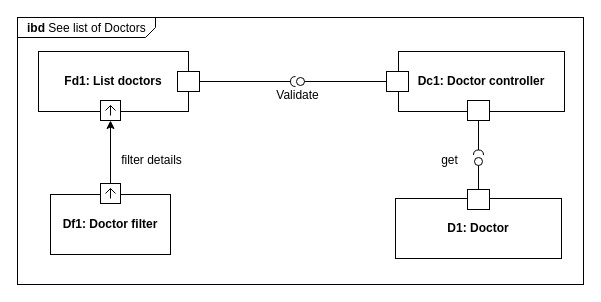
Before: Diagrams/Development/IBD 7 - See Doctors.drawio in RafaelCMira/myclinic-msp-project, a draw.io diagram. Source tidied: cells renumbered, new cells numbered last; positions are measured from the earlier drawing's top-left corner, leaving out a move shared by most shapes. Both pictures are drawn from the tidied source at 100%, with x=0, y=0 at pixel (17, 17).
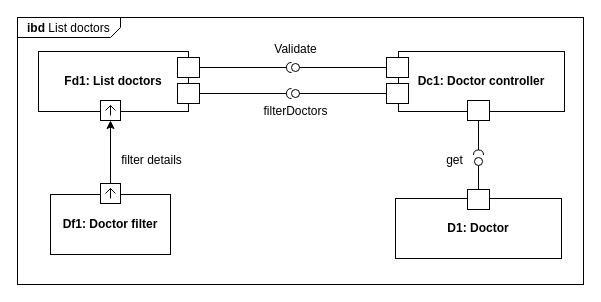
The same page after the edit.

Diff of the diagram source:
```diff
@@
-    <mxCell id="2" value="&lt;p style=&quot;margin:0px;margin-top:4px;margin-left:10px;text-align:left;&quot;&gt;&lt;b&gt;ibd&lt;/b&gt;&amp;nbsp;See list of Doctors&lt;/p&gt;" style="html=1;shape=mxgraph.sysml.package;labelX=138;align=left;spacingLeft=10;html=1;overflow=fill;whiteSpace=wrap;" parent="1" vertex="1">
+    <mxCell id="2" value="&lt;p style=&quot;margin:0px;margin-top:4px;margin-left:10px;text-align:left;&quot;&gt;&lt;b&gt;ibd&lt;/b&gt;&amp;nbsp;List doctors&lt;/p&gt;" style="html=1;shape=mxgraph.sysml.package;labelX=103.63;align=left;spacingLeft=10;html=1;overflow=fill;whiteSpace=wrap;" parent="1" vertex="1">
       <mxGeometry width="566" height="267" as="geometry" />
     </mxCell>
@@
     <mxCell id="9" style="ellipse;html=1;fontSize=11;align=center;fillColor=none;points=[];verticalAlign=bottom;labelPosition=center;verticalLabelPosition=top;flipH=1;" parent="1" vertex="1">
-      <mxGeometry x="279" y="60" width="8" height="8" as="geometry" />
+      <mxGeometry x="274" y="46" width="8" height="8" as="geometry" />
     </mxCell>
@@
     <mxCell id="11" style="shape=requiredInterface;html=1;fontSize=11;align=center;fillColor=none;points=[];verticalAlign=bottom;labelPosition=center;verticalLabelPosition=top;flipH=1;rotation=0;" parent="1" vertex="1">
-      <mxGeometry x="273" y="59" width="5" height="10" as="geometry" />
+      <mxGeometry x="269" y="45" width="5" height="10" as="geometry" />
     </mxCell>
     <mxCell id="12" value="Validate" style="text;html=1;align=center;verticalAlign=middle;strokeColor=none;fillColor=none;" parent="1" vertex="1">
-      <mxGeometry x="250" y="65" width="60" height="26" as="geometry" />
+      <mxGeometry x="248" y="19" width="60" height="26" as="geometry" />
     </mxCell>
@@
     <mxCell id="17" value="get" style="text;html=1;align=center;verticalAlign=middle;strokeColor=none;fillColor=none;" parent="1" vertex="1">
-      <mxGeometry x="414.5" y="130" width="35" height="26" as="geometry" />
+      <mxGeometry x="419" y="130" width="35" height="26" as="geometry" />
     </mxCell>
-    <mxCell id="18" style="group;" parent="1" vertex="1">
-      <mxGeometry x="21" y="34" width="161" height="69" as="geometry" />
-    </mxCell>
+    <mxCell id="26" style="group;" parent="1" vertex="1">
+      <mxGeometry x="378" y="172" width="166" height="69" as="geometry" />
+    </mxCell>
+    <mxCell id="27" value="&lt;b&gt;D1: Doctor&lt;/b&gt;" style="rounded=0;whiteSpace=wrap;html=1;fillColor=none;" parent="26" vertex="1">
+      <mxGeometry y="9" width="166" height="60" as="geometry" />
+    </mxCell>
+    <mxCell id="28" style="html=1;rounded=0;fillColor=default;" parent="26" vertex="1">
+      <mxGeometry x="72" width="22" height="20" as="geometry" />
+    </mxCell>
+    <mxCell id="29" value="filterDoctors" style="text;html=1;align=center;verticalAlign=middle;strokeColor=none;fillColor=none;" parent="1" vertex="1">
+      <mxGeometry x="237" y="81" width="82" height="26" as="geometry" />
+    </mxCell>
+    <mxCell id="30" style="endArrow=none;html=1;rounded=0;align=center;verticalAlign=top;endFill=0;labelBackgroundColor=none;endSize=2;" parent="1" edge="1" source="35" target="31">
+      <mxGeometry relative="1" as="geometry" />
+    </mxCell>
+    <mxCell id="31" style="ellipse;html=1;fontSize=11;align=center;fillColor=none;points=[];verticalAlign=bottom;labelPosition=center;verticalLabelPosition=top;flipH=1;" parent="1" vertex="1">
+      <mxGeometry x="274" y="72" width="8" height="8" as="geometry" />
+    </mxCell>
+    <mxCell id="32" style="endArrow=none;html=1;rounded=0;align=center;verticalAlign=top;endFill=0;labelBackgroundColor=none;endSize=2;" parent="1" edge="1" source="34" target="33">
+      <mxGeometry relative="1" as="geometry" />
+    </mxCell>
+    <mxCell id="33" style="shape=requiredInterface;html=1;fontSize=11;align=center;fillColor=none;points=[];verticalAlign=bottom;labelPosition=center;verticalLabelPosition=top;flipH=1;rotation=0;" parent="1" vertex="1">
+      <mxGeometry x="269" y="71" width="5" height="10" as="geometry" />
+    </mxCell>
-    <mxCell id="19" value="&lt;b&gt;Fd1: List doctors&lt;/b&gt;" style="rounded=0;whiteSpace=wrap;html=1;fillColor=none;" parent="18" vertex="1">
-      <mxGeometry width="150" height="60" as="geometry" />
+    <mxCell id="19" value="&lt;b&gt;Fd1: List doctors&lt;/b&gt;" style="rounded=0;whiteSpace=wrap;html=1;fillColor=none;" parent="1" vertex="1">
+      <mxGeometry x="21" y="34" width="150" height="60" as="geometry" />
     </mxCell>
-    <mxCell id="20" style="html=1;shape=mxgraph.sysml.port;sysMLPortType=flowN;" parent="18" vertex="1">
-      <mxGeometry x="62" y="49" width="20" height="20" as="geometry" />
+    <mxCell id="20" style="html=1;shape=mxgraph.sysml.port;sysMLPortType=flowN;" parent="1" vertex="1">
+      <mxGeometry x="83" y="83" width="20" height="20" as="geometry" />
     </mxCell>
-    <mxCell id="21" style="html=1;rounded=0;" parent="18" vertex="1">
-      <mxGeometry x="139" y="20" width="22" height="20" as="geometry" />
+    <mxCell id="21" style="html=1;rounded=0;" parent="1" vertex="1">
+      <mxGeometry x="160" y="40" width="22" height="20" as="geometry" />
     </mxCell>
-    <mxCell id="22" style="group;" parent="1" vertex="1">
-      <mxGeometry x="369" y="34" width="178" height="69" as="geometry" />
-    </mxCell>
-    <mxCell id="23" value="&lt;b&gt;Dc1: Doctor controller&lt;/b&gt;" style="rounded=0;whiteSpace=wrap;html=1;fillColor=none;" parent="22" vertex="1">
-      <mxGeometry x="12" width="166" height="60" as="geometry" />
+    <mxCell id="23" value="&lt;b&gt;Dc1: Doctor controller&lt;/b&gt;" style="rounded=0;whiteSpace=wrap;html=1;fillColor=none;" parent="1" vertex="1">
+      <mxGeometry x="381" y="34" width="166" height="60" as="geometry" />
     </mxCell>
-    <mxCell id="24" style="html=1;rounded=0;fillColor=default;" parent="22" vertex="1">
-      <mxGeometry y="20" width="22" height="20" as="geometry" />
+    <mxCell id="24" style="html=1;rounded=0;fillColor=default;" parent="1" vertex="1">
+      <mxGeometry x="369" y="40" width="22" height="20" as="geometry" />
     </mxCell>
-    <mxCell id="25" style="html=1;rounded=0;" parent="22" vertex="1">
-      <mxGeometry x="81" y="49" width="22" height="20" as="geometry" />
+    <mxCell id="25" style="html=1;rounded=0;" parent="1" vertex="1">
+      <mxGeometry x="450" y="83" width="22" height="20" as="geometry" />
     </mxCell>
-    <mxCell id="26" style="group;" parent="1" vertex="1">
-      <mxGeometry x="378" y="172" width="166" height="69" as="geometry" />
-    </mxCell>
-    <mxCell id="27" value="&lt;b&gt;D1: Doctor&lt;/b&gt;" style="rounded=0;whiteSpace=wrap;html=1;fillColor=none;" parent="26" vertex="1">
-      <mxGeometry y="9" width="166" height="60" as="geometry" />
-    </mxCell>
-    <mxCell id="28" style="html=1;rounded=0;fillColor=default;" parent="26" vertex="1">
-      <mxGeometry x="72" width="22" height="20" as="geometry" />
-    </mxCell>
+    <mxCell id="34" style="html=1;rounded=0;" parent="1" vertex="1">
+      <mxGeometry x="160" y="66" width="22" height="20" as="geometry" />
+    </mxCell>
+    <mxCell id="35" style="html=1;rounded=0;fillColor=default;" parent="1" vertex="1">
+      <mxGeometry x="369" y="66" width="22" height="20" as="geometry" />
+    </mxCell>
```
